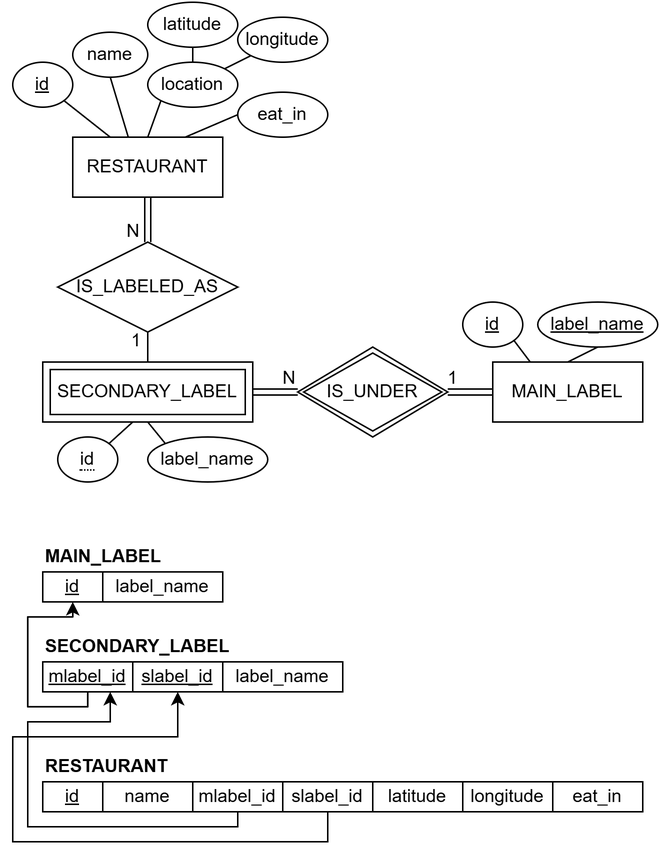
Ptorioo/Diet keeps this draw.io diagram as backend/database/diet_erd_schema.png. Above is the earlier version. Source tidied: cells renumbered, new cells last; positions are measured from the earlier drawing's top-left corner, leaving out a move shared by most shapes. The source it was exported from:
```xml
<mxGraphModel>
  <root>
    <mxCell id="0" />
    <mxCell id="1" parent="0" />
    <mxCell id="2" value="RESTAURANT" style="whiteSpace=wrap;html=1;align=center;" parent="1" vertex="1">
      <mxGeometry x="40" y="90" width="100" height="40" as="geometry" />
    </mxCell>
    <mxCell id="3" value="id" style="ellipse;whiteSpace=wrap;html=1;align=center;fontStyle=4;" parent="1" vertex="1">
      <mxGeometry y="40" width="40" height="30" as="geometry" />
    </mxCell>
    <mxCell id="4" value="name" style="ellipse;whiteSpace=wrap;html=1;align=center;" parent="1" vertex="1">
      <mxGeometry x="40" y="20" width="50" height="30" as="geometry" />
    </mxCell>
    <mxCell id="5" value="location" style="ellipse;whiteSpace=wrap;html=1;align=center;" parent="1" vertex="1">
      <mxGeometry x="90" y="40" width="60" height="30" as="geometry" />
    </mxCell>
    <mxCell id="6" value="latitude" style="ellipse;whiteSpace=wrap;html=1;align=center;" parent="1" vertex="1">
      <mxGeometry x="90" width="60" height="30" as="geometry" />
    </mxCell>
    <mxCell id="7" value="longitude" style="ellipse;whiteSpace=wrap;html=1;align=center;" parent="1" vertex="1">
      <mxGeometry x="150" y="10" width="60" height="30" as="geometry" />
    </mxCell>
    <mxCell id="8" value="eat_in" style="ellipse;whiteSpace=wrap;html=1;align=center;" parent="1" vertex="1">
      <mxGeometry x="150" y="60" width="60" height="30" as="geometry" />
    </mxCell>
    <mxCell id="9" style="endArrow=none;html=1;rounded=0;exitX=1;exitY=1;exitDx=0;exitDy=0;entryX=0.25;entryY=0;entryDx=0;entryDy=0;" parent="1" edge="1" source="3" target="2">
      <mxGeometry relative="1" as="geometry" />
    </mxCell>
    <mxCell id="10" style="endArrow=none;html=1;rounded=0;exitX=0.5;exitY=1;exitDx=0;exitDy=0;entryX=0.369;entryY=-0.01;entryDx=0;entryDy=0;entryPerimeter=0;" parent="1" edge="1" source="4" target="2">
      <mxGeometry relative="1" as="geometry" />
    </mxCell>
    <mxCell id="11" style="endArrow=none;html=1;rounded=0;exitX=0;exitY=1;exitDx=0;exitDy=0;entryX=0.5;entryY=0;entryDx=0;entryDy=0;" parent="1" edge="1" source="5" target="2">
      <mxGeometry relative="1" as="geometry" />
    </mxCell>
    <mxCell id="12" style="endArrow=none;html=1;rounded=0;exitX=0.5;exitY=1;exitDx=0;exitDy=0;entryX=0.5;entryY=0;entryDx=0;entryDy=0;" parent="1" edge="1" source="6" target="5">
      <mxGeometry relative="1" as="geometry" />
    </mxCell>
    <mxCell id="13" style="endArrow=none;html=1;rounded=0;exitX=0;exitY=1;exitDx=0;exitDy=0;entryX=1;entryY=0;entryDx=0;entryDy=0;" parent="1" edge="1" source="7" target="5">
      <mxGeometry relative="1" as="geometry" />
    </mxCell>
    <mxCell id="14" style="endArrow=none;html=1;rounded=0;exitX=0;exitY=0.5;exitDx=0;exitDy=0;entryX=0.75;entryY=0;entryDx=0;entryDy=0;" parent="1" edge="1" source="8" target="2">
      <mxGeometry relative="1" as="geometry" />
    </mxCell>
    <mxCell id="15" value="MAIN_LABEL" style="whiteSpace=wrap;html=1;align=center;" parent="1" vertex="1">
      <mxGeometry x="320" y="240" width="100" height="40" as="geometry" />
    </mxCell>
    <mxCell id="16" value="SECONDARY_LABEL" style="shape=ext;margin=3;double=1;whiteSpace=wrap;html=1;align=center;" parent="1" vertex="1">
      <mxGeometry x="20" y="240" width="140" height="40" as="geometry" />
    </mxCell>
    <mxCell id="17" value="id" style="ellipse;whiteSpace=wrap;html=1;align=center;fontStyle=4;" parent="1" vertex="1">
      <mxGeometry x="300" y="200" width="40" height="30" as="geometry" />
    </mxCell>
    <mxCell id="18" value="label_name" style="ellipse;whiteSpace=wrap;html=1;align=center;fontStyle=4;" parent="1" vertex="1">
      <mxGeometry x="350" y="200" width="80" height="30" as="geometry" />
    </mxCell>
    <mxCell id="19" value="&lt;span style=&quot;border-bottom: 1px dotted&quot;&gt;id&lt;/span&gt;" style="ellipse;whiteSpace=wrap;html=1;align=center;" parent="1" vertex="1">
      <mxGeometry x="30" y="290" width="40" height="30" as="geometry" />
    </mxCell>
    <mxCell id="20" value="label_name" style="ellipse;whiteSpace=wrap;html=1;align=center;" parent="1" vertex="1">
      <mxGeometry x="90" y="290" width="80" height="30" as="geometry" />
    </mxCell>
    <mxCell id="21" value="IS_UNDER" style="shape=rhombus;double=1;perimeter=rhombusPerimeter;whiteSpace=wrap;html=1;align=center;" parent="1" vertex="1">
      <mxGeometry x="190" y="230" width="100" height="60" as="geometry" />
    </mxCell>
    <mxCell id="22" value="IS_LABELED_AS" style="shape=rhombus;perimeter=rhombusPerimeter;whiteSpace=wrap;html=1;align=center;" parent="1" vertex="1">
      <mxGeometry x="30" y="160" width="120" height="60" as="geometry" />
    </mxCell>
    <mxCell id="23" style="endArrow=none;html=1;rounded=0;entryX=1;entryY=0;entryDx=0;entryDy=0;" parent="1" edge="1" target="19">
      <mxGeometry relative="1" as="geometry">
        <mxPoint x="80" y="280" as="sourcePoint" />
      </mxGeometry>
    </mxCell>
    <mxCell id="24" style="endArrow=none;html=1;rounded=0;exitX=0.5;exitY=1;exitDx=0;exitDy=0;entryX=0;entryY=0;entryDx=0;entryDy=0;" parent="1" edge="1" source="16" target="20">
      <mxGeometry relative="1" as="geometry" />
    </mxCell>
    <mxCell id="25" style="endArrow=none;html=1;rounded=0;exitX=0.5;exitY=1;exitDx=0;exitDy=0;entryX=0.5;entryY=0;entryDx=0;entryDy=0;shape=link;" parent="1" edge="1" source="2" target="22">
      <mxGeometry relative="1" as="geometry" />
    </mxCell>
    <mxCell id="26" value="N" style="html=1;whiteSpace=wrap;align=right;verticalAlign=bottom;" parent="25" vertex="1">
      <mxGeometry x="1" relative="1" as="geometry">
        <mxPoint x="-4" y="1" as="offset" />
      </mxGeometry>
    </mxCell>
    <mxCell id="27" style="endArrow=none;html=1;rounded=0;exitX=0.5;exitY=0;exitDx=0;exitDy=0;entryX=0.5;entryY=1;entryDx=0;entryDy=0;" parent="1" edge="1" source="16" target="22">
      <mxGeometry relative="1" as="geometry" />
    </mxCell>
    <mxCell id="28" value="1" style="html=1;whiteSpace=wrap;align=right;verticalAlign=bottom;" parent="27" vertex="1">
      <mxGeometry x="1" relative="1" as="geometry">
        <mxPoint x="-3" y="14" as="offset" />
      </mxGeometry>
    </mxCell>
    <mxCell id="29" style="endArrow=none;html=1;rounded=0;exitX=1;exitY=0.5;exitDx=0;exitDy=0;entryX=0;entryY=0.5;entryDx=0;entryDy=0;shape=link;" parent="1" edge="1" source="16" target="21">
      <mxGeometry relative="1" as="geometry" />
    </mxCell>
    <mxCell id="30" value="N" style="html=1;whiteSpace=wrap;align=right;verticalAlign=bottom;" parent="29" vertex="1">
      <mxGeometry x="1" relative="1" as="geometry">
        <mxPoint y="-1" as="offset" />
      </mxGeometry>
    </mxCell>
    <mxCell id="31" style="endArrow=none;html=1;rounded=0;exitX=0;exitY=0.5;exitDx=0;exitDy=0;entryX=1;entryY=0.5;entryDx=0;entryDy=0;shape=link;" parent="1" edge="1" source="15" target="21">
      <mxGeometry relative="1" as="geometry" />
    </mxCell>
    <mxCell id="32" value="1" style="html=1;whiteSpace=wrap;align=right;verticalAlign=bottom;" parent="31" vertex="1">
      <mxGeometry x="1" relative="1" as="geometry">
        <mxPoint x="8" y="-1" as="offset" />
      </mxGeometry>
    </mxCell>
    <mxCell id="33" style="endArrow=none;html=1;rounded=0;exitX=1;exitY=1;exitDx=0;exitDy=0;entryX=0.25;entryY=0;entryDx=0;entryDy=0;" parent="1" edge="1" source="17" target="15">
      <mxGeometry relative="1" as="geometry" />
    </mxCell>
    <mxCell id="34" style="endArrow=none;html=1;rounded=0;exitX=0.5;exitY=1;exitDx=0;exitDy=0;entryX=0.5;entryY=0;entryDx=0;entryDy=0;" parent="1" edge="1" source="18" target="15">
      <mxGeometry relative="1" as="geometry" />
    </mxCell>
    <mxCell id="35" value="id" style="rounded=0;whiteSpace=wrap;html=1;fontStyle=4;" parent="1" vertex="1">
      <mxGeometry x="20" y="520" width="40" height="20" as="geometry" />
    </mxCell>
    <mxCell id="36" value="RESTAURANT" style="text;html=1;align=left;verticalAlign=middle;whiteSpace=wrap;rounded=0;fontStyle=1;" parent="1" vertex="1">
      <mxGeometry x="20" y="500" width="130" height="20" as="geometry" />
    </mxCell>
    <mxCell id="37" value="name" style="rounded=0;whiteSpace=wrap;html=1;fontStyle=0;" parent="1" vertex="1">
      <mxGeometry x="60" y="520" width="60" height="20" as="geometry" />
    </mxCell>
    <mxCell id="38" value="latitude" style="rounded=0;whiteSpace=wrap;html=1;fontStyle=0;" parent="1" vertex="1">
      <mxGeometry x="240" y="520" width="60" height="20" as="geometry" />
    </mxCell>
    <mxCell id="39" value="longitude" style="rounded=0;whiteSpace=wrap;html=1;fontStyle=0;" parent="1" vertex="1">
      <mxGeometry x="300" y="520" width="60" height="20" as="geometry" />
    </mxCell>
    <mxCell id="40" value="eat_in" style="rounded=0;whiteSpace=wrap;html=1;fontStyle=0;" parent="1" vertex="1">
      <mxGeometry x="360" y="520" width="60" height="20" as="geometry" />
    </mxCell>
    <mxCell id="41" style="edgeStyle=orthogonalEdgeStyle;rounded=0;jettySize=auto;html=1;exitX=0.5;exitY=1;exitDx=0;exitDy=0;entryX=0.75;entryY=1;entryDx=0;entryDy=0;" parent="1" edge="1" source="42" target="51">
      <mxGeometry relative="1" as="geometry">
        <Array as="points">
          <mxPoint x="150" y="550" />
          <mxPoint x="10" y="550" />
          <mxPoint x="10" y="480" />
          <mxPoint x="65" y="480" />
        </Array>
      </mxGeometry>
    </mxCell>
    <mxCell id="42" value="mlabel_id" style="rounded=0;whiteSpace=wrap;html=1;fontStyle=0;" parent="1" vertex="1">
      <mxGeometry x="120" y="520" width="60" height="20" as="geometry" />
    </mxCell>
    <mxCell id="43" style="edgeStyle=orthogonalEdgeStyle;rounded=0;jettySize=auto;html=1;exitX=0.5;exitY=1;exitDx=0;exitDy=0;entryX=0.5;entryY=1;entryDx=0;entryDy=0;" parent="1" edge="1" source="44" target="52">
      <mxGeometry relative="1" as="geometry">
        <Array as="points">
          <mxPoint x="210" y="560" />
          <mxPoint y="560" />
          <mxPoint y="490" />
          <mxPoint x="110" y="490" />
        </Array>
      </mxGeometry>
    </mxCell>
    <mxCell id="44" value="slabel_id" style="rounded=0;whiteSpace=wrap;html=1;fontStyle=0;" parent="1" vertex="1">
      <mxGeometry x="180" y="520" width="60" height="20" as="geometry" />
    </mxCell>
    <mxCell id="45" value="id" style="rounded=0;whiteSpace=wrap;html=1;fontStyle=4;" parent="1" vertex="1">
      <mxGeometry x="20" y="380" width="40" height="20" as="geometry" />
    </mxCell>
    <mxCell id="46" value="MAIN_LABEL" style="text;html=1;align=left;verticalAlign=middle;whiteSpace=wrap;rounded=0;fontStyle=1;" parent="1" vertex="1">
      <mxGeometry x="20" y="360" width="130" height="20" as="geometry" />
    </mxCell>
    <mxCell id="47" value="label_name" style="rounded=0;whiteSpace=wrap;html=1;fontStyle=0;" parent="1" vertex="1">
      <mxGeometry x="60" y="380" width="80" height="20" as="geometry" />
    </mxCell>
    <mxCell id="48" value="SECONDARY_LABEL" style="text;html=1;align=left;verticalAlign=middle;whiteSpace=wrap;rounded=0;fontStyle=1;" parent="1" vertex="1">
      <mxGeometry x="20" y="420" width="130" height="20" as="geometry" />
    </mxCell>
    <mxCell id="49" value="label_name" style="rounded=0;whiteSpace=wrap;html=1;fontStyle=0;" parent="1" vertex="1">
      <mxGeometry x="140" y="440" width="80" height="20" as="geometry" />
    </mxCell>
    <mxCell id="50" style="edgeStyle=orthogonalEdgeStyle;rounded=0;jettySize=auto;html=1;exitX=0.5;exitY=1;exitDx=0;exitDy=0;entryX=0.5;entryY=1;entryDx=0;entryDy=0;" parent="1" edge="1" source="51" target="45">
      <mxGeometry relative="1" as="geometry">
        <Array as="points">
          <mxPoint x="50" y="470" />
          <mxPoint x="10" y="470" />
          <mxPoint x="10" y="410" />
          <mxPoint x="40" y="410" />
        </Array>
      </mxGeometry>
    </mxCell>
    <mxCell id="51" value="mlabel_id" style="rounded=0;whiteSpace=wrap;html=1;fontStyle=4;" parent="1" vertex="1">
      <mxGeometry x="20" y="440" width="60" height="20" as="geometry" />
    </mxCell>
    <mxCell id="52" value="slabel_id" style="rounded=0;whiteSpace=wrap;html=1;fontStyle=4;" parent="1" vertex="1">
      <mxGeometry x="80" y="440" width="60" height="20" as="geometry" />
    </mxCell>
  </root>
</mxGraphModel>
```
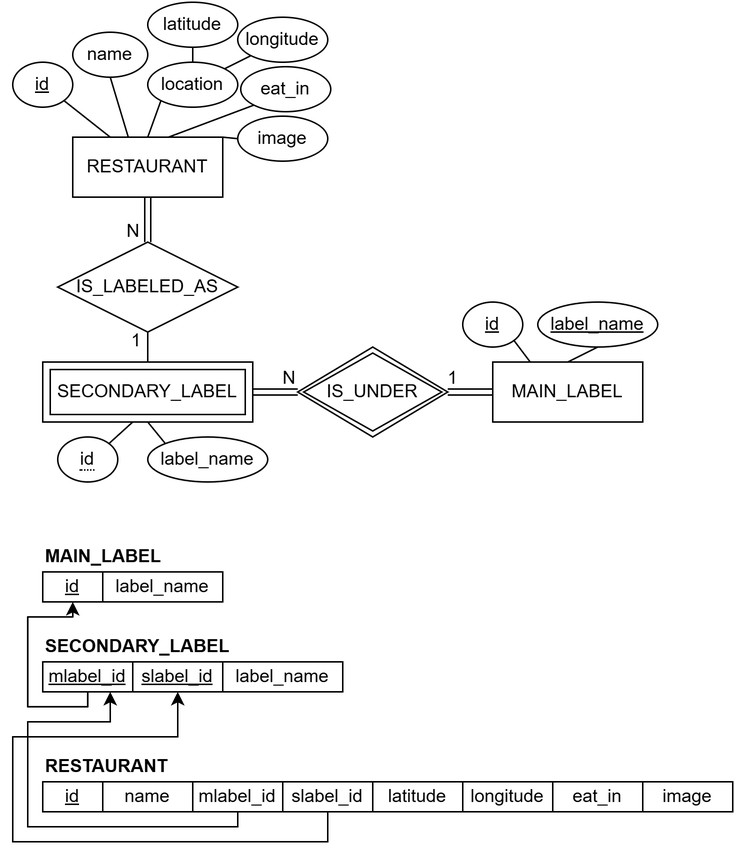
The same file after the commit.

Commit message:
docs: update database info

The edit, as a diff of the source:
```diff
@@ -21,7 +21,7 @@
       <mxGeometry x="150" y="10" width="60" height="30" as="geometry" />
     </mxCell>
     <mxCell id="8" value="eat_in" style="ellipse;whiteSpace=wrap;html=1;align=center;" parent="1" vertex="1">
-      <mxGeometry x="150" y="60" width="60" height="30" as="geometry" />
+      <mxGeometry x="152" y="43" width="60" height="30" as="geometry" />
     </mxCell>
     <mxCell id="9" style="endArrow=none;html=1;rounded=0;exitX=1;exitY=1;exitDx=0;exitDy=0;entryX=0.25;entryY=0;entryDx=0;entryDy=0;" parent="1" edge="1" source="3" target="2">
       <mxGeometry relative="1" as="geometry" />
@@ -38,7 +38,7 @@
     <mxCell id="13" style="endArrow=none;html=1;rounded=0;exitX=0;exitY=1;exitDx=0;exitDy=0;entryX=1;entryY=0;entryDx=0;entryDy=0;" parent="1" edge="1" source="7" target="5">
       <mxGeometry relative="1" as="geometry" />
     </mxCell>
-    <mxCell id="14" style="endArrow=none;html=1;rounded=0;exitX=0;exitY=0.5;exitDx=0;exitDy=0;entryX=0.75;entryY=0;entryDx=0;entryDy=0;" parent="1" edge="1" source="8" target="2">
+    <mxCell id="14" style="endArrow=none;html=1;rounded=0;exitX=0;exitY=1;exitDx=0;exitDy=0;entryX=0.636;entryY=0.002;entryDx=0;entryDy=0;entryPerimeter=0;" parent="1" edge="1" source="8" target="2">
       <mxGeometry relative="1" as="geometry" />
     </mxCell>
     <mxCell id="15" value="MAIN_LABEL" style="whiteSpace=wrap;html=1;align=center;" parent="1" vertex="1">
@@ -186,5 +186,14 @@
     <mxCell id="52" value="slabel_id" style="rounded=0;whiteSpace=wrap;html=1;fontStyle=4;" parent="1" vertex="1">
       <mxGeometry x="80" y="440" width="60" height="20" as="geometry" />
     </mxCell>
+    <mxCell id="53" value="image" style="ellipse;whiteSpace=wrap;html=1;align=center;" parent="1" vertex="1">
+      <mxGeometry x="150" y="76" width="60" height="30" as="geometry" />
+    </mxCell>
+    <mxCell id="54" style="endArrow=none;html=1;rounded=0;exitX=0;exitY=0.5;exitDx=0;exitDy=0;entryX=1;entryY=0;entryDx=0;entryDy=0;" parent="1" edge="1" source="53" target="2">
+      <mxGeometry relative="1" as="geometry" />
+    </mxCell>
+    <mxCell id="55" value="image" style="rounded=0;whiteSpace=wrap;html=1;fontStyle=0;" parent="1" vertex="1">
+      <mxGeometry x="420" y="520" width="60" height="20" as="geometry" />
+    </mxCell>
   </root>
 </mxGraphModel>
```
